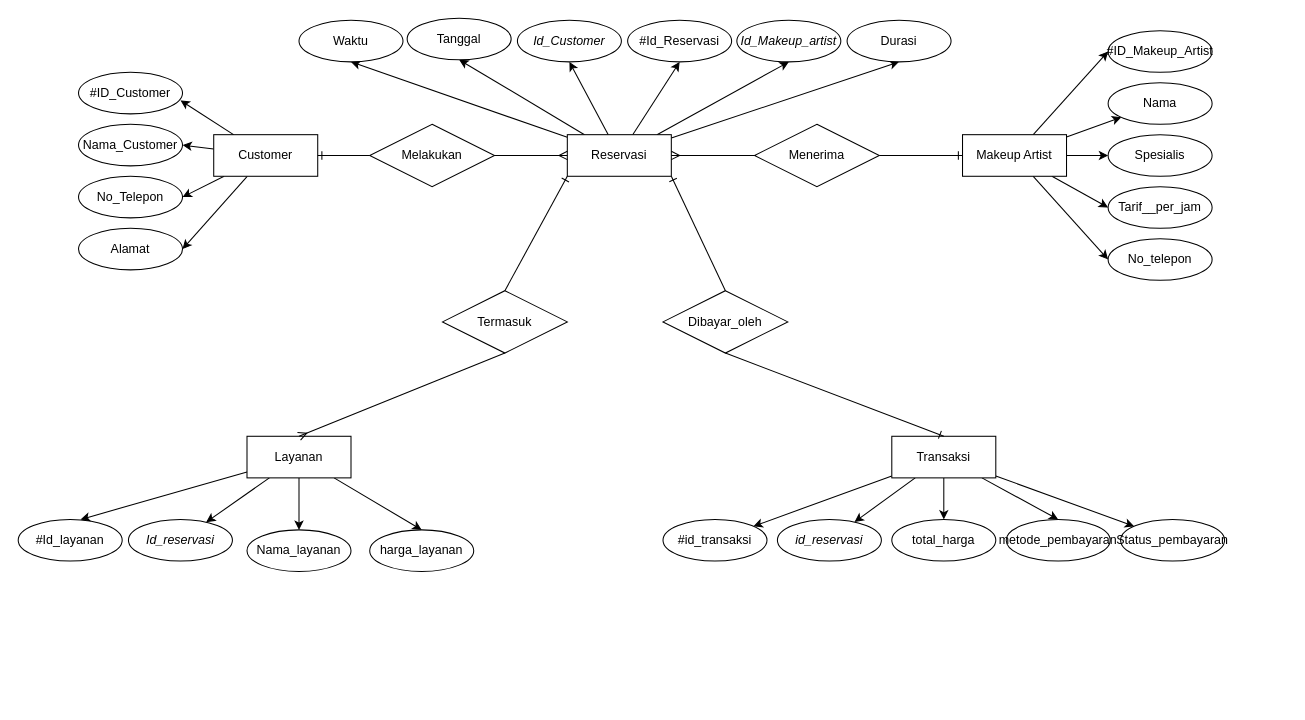
The draw.io diagram MinPro 1.drawio in k149191/Konsep-Basis-Data, before the edit. Source tidied: cells renumbered, new cells numbered last; positions are measured from the earlier drawing's top-left corner, leaving out a move shared by most shapes. Both pictures are drawn from the tidied source at 104%, with x=0, y=0 at pixel (18, 18).
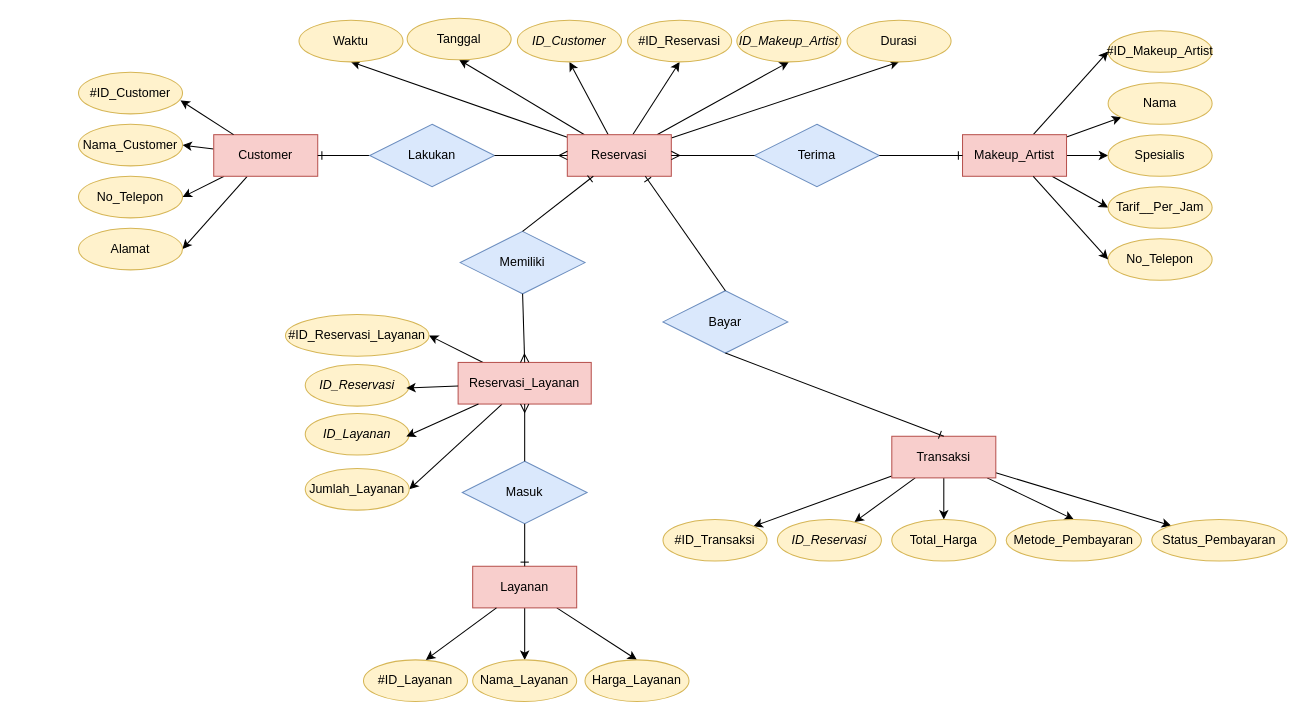
After the change.

Diff of the diagram source:
```diff
@@
-    <mxCell id="8" value="Reservasi" style="whiteSpace=wrap;html=1;align=center;" parent="1" vertex="1">
+    <mxCell id="8" value="Reservasi" style="whiteSpace=wrap;html=1;align=center;fillColor=#f8cecc;strokeColor=#b85450;" parent="1" vertex="1">
       <mxGeometry x="528" y="112" width="100" height="40" as="geometry" />
     </mxCell>
@@
-    <mxCell id="14" value="Transaksi" style="whiteSpace=wrap;html=1;align=center;" parent="1" vertex="1">
+    <mxCell id="14" value="Transaksi" style="whiteSpace=wrap;html=1;align=center;fillColor=#f8cecc;strokeColor=#b85450;" parent="1" vertex="1">
       <mxGeometry x="840" y="402" width="100" height="40" as="geometry" />
     </mxCell>
@@
-    <mxCell id="19" value="Makeup Artist" style="whiteSpace=wrap;html=1;align=center;" parent="1" vertex="1">
+    <mxCell id="19" value="Makeup_Artist" style="whiteSpace=wrap;html=1;align=center;fillColor=#f8cecc;strokeColor=#b85450;" parent="1" vertex="1">
       <mxGeometry x="908" y="112" width="100" height="40" as="geometry" />
     </mxCell>
-    <mxCell id="20" style="rounded=0;jettySize=auto;html=1;" parent="1" edge="1" source="23" target="45">
-      <mxGeometry relative="1" as="geometry" />
-    </mxCell>
@@
-    <mxCell id="23" value="Layanan" style="whiteSpace=wrap;html=1;align=center;" parent="1" vertex="1">
-      <mxGeometry x="220" y="402" width="100" height="40" as="geometry" />
+    <mxCell id="23" value="Layanan" style="whiteSpace=wrap;html=1;align=center;fillColor=#f8cecc;strokeColor=#b85450;" parent="1" vertex="1">
+      <mxGeometry x="437" y="527" width="100" height="40" as="geometry" />
     </mxCell>
@@
-    <mxCell id="27" value="Customer" style="whiteSpace=wrap;html=1;align=center;" parent="1" vertex="1">
+    <mxCell id="27" value="Customer" style="whiteSpace=wrap;html=1;align=center;fillColor=#f8cecc;strokeColor=#b85450;" parent="1" vertex="1">
       <mxGeometry x="188" y="112" width="100" height="40" as="geometry" />
     </mxCell>
-    <mxCell id="28" value="Alamat" style="ellipse;whiteSpace=wrap;html=1;align=center;" parent="1" vertex="1">
+    <mxCell id="28" value="Alamat" style="ellipse;whiteSpace=wrap;html=1;align=center;fillColor=#fff2cc;strokeColor=#d6b656;" parent="1" vertex="1">
       <mxGeometry x="58" y="202" width="100" height="40" as="geometry" />
     </mxCell>
-    <mxCell id="29" value="No_Telepon" style="ellipse;whiteSpace=wrap;html=1;align=center;" parent="1" vertex="1">
+    <mxCell id="29" value="No_Telepon" style="ellipse;whiteSpace=wrap;html=1;align=center;fillColor=#fff2cc;strokeColor=#d6b656;" parent="1" vertex="1">
       <mxGeometry x="58" y="152" width="100" height="40" as="geometry" />
     </mxCell>
-    <mxCell id="30" value="Nama_Customer" style="ellipse;whiteSpace=wrap;html=1;align=center;" parent="1" vertex="1">
+    <mxCell id="30" value="Nama_Customer" style="ellipse;whiteSpace=wrap;html=1;align=center;fillColor=#fff2cc;strokeColor=#d6b656;" parent="1" vertex="1">
       <mxGeometry x="58" y="102" width="100" height="40" as="geometry" />
     </mxCell>
-    <mxCell id="31" value="#ID_Customer" style="ellipse;whiteSpace=wrap;html=1;align=center;" parent="1" vertex="1">
+    <mxCell id="31" value="#ID_Customer" style="ellipse;whiteSpace=wrap;html=1;align=center;fillColor=#fff2cc;strokeColor=#d6b656;" parent="1" vertex="1">
       <mxGeometry x="58" y="52" width="100" height="40" as="geometry" />
     </mxCell>
@@
-    <mxCell id="33" value="No_telepon" style="ellipse;whiteSpace=wrap;html=1;align=center;" parent="1" vertex="1">
+    <mxCell id="33" value="No_Telepon" style="ellipse;whiteSpace=wrap;html=1;align=center;fillColor=#fff2cc;strokeColor=#d6b656;" parent="1" vertex="1">
       <mxGeometry x="1048" y="212" width="100" height="40" as="geometry" />
     </mxCell>
-    <mxCell id="34" value="Tarif__per_jam" style="ellipse;whiteSpace=wrap;html=1;align=center;" parent="1" vertex="1">
+    <mxCell id="34" value="Tarif__Per_Jam" style="ellipse;whiteSpace=wrap;html=1;align=center;fillColor=#fff2cc;strokeColor=#d6b656;" parent="1" vertex="1">
       <mxGeometry x="1048" y="162" width="100" height="40" as="geometry" />
     </mxCell>
-    <mxCell id="35" value="Spesialis" style="ellipse;whiteSpace=wrap;html=1;align=center;" parent="1" vertex="1">
+    <mxCell id="35" value="Spesialis" style="ellipse;whiteSpace=wrap;html=1;align=center;fillColor=#fff2cc;strokeColor=#d6b656;" parent="1" vertex="1">
       <mxGeometry x="1048" y="112" width="100" height="40" as="geometry" />
     </mxCell>
-    <mxCell id="36" value="Nama" style="ellipse;whiteSpace=wrap;html=1;align=center;" parent="1" vertex="1">
+    <mxCell id="36" value="Nama" style="ellipse;whiteSpace=wrap;html=1;align=center;fillColor=#fff2cc;strokeColor=#d6b656;" parent="1" vertex="1">
       <mxGeometry x="1048" y="62" width="100" height="40" as="geometry" />
     </mxCell>
-    <mxCell id="37" value="#ID_Makeup_Artist" style="ellipse;whiteSpace=wrap;html=1;align=center;" parent="1" vertex="1">
+    <mxCell id="37" value="#ID_Makeup_Artist" style="ellipse;whiteSpace=wrap;html=1;align=center;fillColor=#fff2cc;strokeColor=#d6b656;" parent="1" vertex="1">
       <mxGeometry x="1048" y="12" width="100" height="40" as="geometry" />
     </mxCell>
@@
-    <mxCell id="39" value="Waktu" style="ellipse;whiteSpace=wrap;html=1;align=center;" parent="1" vertex="1">
+    <mxCell id="39" value="Waktu" style="ellipse;whiteSpace=wrap;html=1;align=center;fillColor=#fff2cc;strokeColor=#d6b656;" parent="1" vertex="1">
       <mxGeometry x="270" y="2" width="100" height="40" as="geometry" />
     </mxCell>
-    <mxCell id="40" value="Durasi" style="ellipse;whiteSpace=wrap;html=1;align=center;" parent="1" vertex="1">
+    <mxCell id="40" value="Durasi" style="ellipse;whiteSpace=wrap;html=1;align=center;fillColor=#fff2cc;strokeColor=#d6b656;" parent="1" vertex="1">
       <mxGeometry x="797" y="2" width="100" height="40" as="geometry" />
     </mxCell>
-    <mxCell id="41" value="Tanggal" style="ellipse;whiteSpace=wrap;html=1;align=center;" parent="1" vertex="1">
+    <mxCell id="41" value="Tanggal" style="ellipse;whiteSpace=wrap;html=1;align=center;fillColor=#fff2cc;strokeColor=#d6b656;" parent="1" vertex="1">
       <mxGeometry x="374" width="100" height="40" as="geometry" />
     </mxCell>
-    <mxCell id="42" value="&lt;i&gt;Id_Makeup_artist&lt;/i&gt;" style="ellipse;whiteSpace=wrap;html=1;align=center;" parent="1" vertex="1">
+    <mxCell id="42" value="&lt;i&gt;ID_Makeup_Artist&lt;/i&gt;" style="ellipse;whiteSpace=wrap;html=1;align=center;fillColor=#fff2cc;strokeColor=#d6b656;" parent="1" vertex="1">
       <mxGeometry x="691" y="2" width="100" height="40" as="geometry" />
     </mxCell>
-    <mxCell id="43" value="#Id_Reservasi" style="ellipse;whiteSpace=wrap;html=1;align=center;" parent="1" vertex="1">
+    <mxCell id="43" value="#ID_Reservasi" style="ellipse;whiteSpace=wrap;html=1;align=center;fillColor=#fff2cc;strokeColor=#d6b656;" parent="1" vertex="1">
       <mxGeometry x="586" y="2" width="100" height="40" as="geometry" />
     </mxCell>
-    <mxCell id="44" value="&lt;i&gt;Id_Customer&lt;/i&gt;" style="ellipse;whiteSpace=wrap;html=1;align=center;" parent="1" vertex="1">
+    <mxCell id="44" value="&lt;i&gt;ID_Customer&lt;/i&gt;" style="ellipse;whiteSpace=wrap;html=1;align=center;fillColor=#fff2cc;strokeColor=#d6b656;" parent="1" vertex="1">
       <mxGeometry x="480" y="2" width="100" height="40" as="geometry" />
     </mxCell>
-    <mxCell id="45" value="&lt;i&gt;Id_reservasi&lt;/i&gt;" style="ellipse;whiteSpace=wrap;html=1;align=center;" parent="1" vertex="1">
-      <mxGeometry x="106" y="482" width="100" height="40" as="geometry" />
-    </mxCell>
-    <mxCell id="46" value="#Id_layanan" style="ellipse;whiteSpace=wrap;html=1;align=center;" parent="1" vertex="1">
-      <mxGeometry y="482" width="100" height="40" as="geometry" />
+    <mxCell id="46" value="#ID_Layanan" style="ellipse;whiteSpace=wrap;html=1;align=center;fillColor=#fff2cc;strokeColor=#d6b656;" parent="1" vertex="1">
+      <mxGeometry x="332" y="617" width="100" height="40" as="geometry" />
     </mxCell>
@@
-    <mxCell id="48" value="#id_transaksi" style="ellipse;whiteSpace=wrap;html=1;align=center;" parent="1" vertex="1">
+    <mxCell id="48" value="#ID_Transaksi" style="ellipse;whiteSpace=wrap;html=1;align=center;fillColor=#fff2cc;strokeColor=#d6b656;" parent="1" vertex="1">
       <mxGeometry x="620" y="482" width="100" height="40" as="geometry" />
     </mxCell>
-    <mxCell id="49" value="&lt;i&gt;id_reservasi&lt;/i&gt;" style="ellipse;whiteSpace=wrap;html=1;align=center;" parent="1" vertex="1">
+    <mxCell id="49" value="&lt;i&gt;ID_Reservasi&lt;/i&gt;" style="ellipse;whiteSpace=wrap;html=1;align=center;fillColor=#fff2cc;strokeColor=#d6b656;" parent="1" vertex="1">
       <mxGeometry x="730" y="482" width="100" height="40" as="geometry" />
     </mxCell>
-    <mxCell id="50" value="total_harga" style="ellipse;whiteSpace=wrap;html=1;align=center;" parent="1" vertex="1">
+    <mxCell id="50" value="Total_Harga" style="ellipse;whiteSpace=wrap;html=1;align=center;fillColor=#fff2cc;strokeColor=#d6b656;" parent="1" vertex="1">
       <mxGeometry x="840" y="482" width="100" height="40" as="geometry" />
     </mxCell>
-    <mxCell id="51" value="metode_pembayaran" style="ellipse;whiteSpace=wrap;html=1;align=center;" parent="1" vertex="1">
-      <mxGeometry x="950" y="482" width="100" height="40" as="geometry" />
+    <mxCell id="51" value="Metode_Pembayaran" style="ellipse;whiteSpace=wrap;html=1;align=center;fillColor=#fff2cc;strokeColor=#d6b656;" parent="1" vertex="1">
+      <mxGeometry x="950" y="482" width="130" height="40" as="geometry" />
     </mxCell>
-    <mxCell id="52" value="Status_pembayaran" style="ellipse;whiteSpace=wrap;html=1;align=center;" parent="1" vertex="1">
-      <mxGeometry x="1060" y="482" width="100" height="40" as="geometry" />
+    <mxCell id="52" value="Status_Pembayaran" style="ellipse;whiteSpace=wrap;html=1;align=center;fillColor=#fff2cc;strokeColor=#d6b656;" parent="1" vertex="1">
+      <mxGeometry x="1090" y="482" width="130" height="40" as="geometry" />
     </mxCell>
-    <mxCell id="53" value="Termasuk" style="shape=rhombus;perimeter=rhombusPerimeter;whiteSpace=wrap;html=1;align=center;" parent="1" vertex="1">
-      <mxGeometry x="408" y="262" width="120" height="60" as="geometry" />
-    </mxCell>
-    <mxCell id="54" value="Menerima" style="shape=rhombus;perimeter=rhombusPerimeter;whiteSpace=wrap;html=1;align=center;" parent="1" vertex="1">
+    <mxCell id="54" value="Terima" style="shape=rhombus;perimeter=rhombusPerimeter;whiteSpace=wrap;html=1;align=center;fillColor=#dae8fc;strokeColor=#6c8ebf;" parent="1" vertex="1">
       <mxGeometry x="708" y="102" width="120" height="60" as="geometry" />
     </mxCell>
-    <mxCell id="55" value="Dibayar_oleh" style="shape=rhombus;perimeter=rhombusPerimeter;whiteSpace=wrap;html=1;align=center;" parent="1" vertex="1">
+    <mxCell id="55" value="Bayar" style="shape=rhombus;perimeter=rhombusPerimeter;whiteSpace=wrap;html=1;align=center;fillColor=#dae8fc;strokeColor=#6c8ebf;" parent="1" vertex="1">
       <mxGeometry x="620" y="262" width="120" height="60" as="geometry" />
     </mxCell>
@@
-    <mxCell id="57" value="Melakukan" style="shape=rhombus;perimeter=rhombusPerimeter;whiteSpace=wrap;html=1;align=center;" parent="1" vertex="1">
+    <mxCell id="57" value="Lakukan" style="shape=rhombus;perimeter=rhombusPerimeter;whiteSpace=wrap;html=1;align=center;fillColor=#dae8fc;strokeColor=#6c8ebf;" parent="1" vertex="1">
       <mxGeometry x="338" y="102" width="120" height="60" as="geometry" />
     </mxCell>
@@
-    <mxCell id="61" style="fontSize=12;html=1;endArrow=ERmany;rounded=0;exitX=0.5;exitY=1;exitDx=0;exitDy=0;entryX=0.5;entryY=0;entryDx=0;entryDy=0;" parent="1" edge="1" source="53" target="23">
-      <mxGeometry relative="1" as="geometry" />
-    </mxCell>
-    <mxCell id="62" style="fontSize=12;html=1;endArrow=ERone;endFill=1;rounded=0;exitX=0.5;exitY=0;exitDx=0;exitDy=0;entryX=1;entryY=1;entryDx=0;entryDy=0;" parent="1" edge="1" source="55" target="8">
+    <mxCell id="62" style="fontSize=12;html=1;endArrow=ERone;endFill=1;rounded=0;exitX=0.5;exitY=0;exitDx=0;exitDy=0;entryX=0.75;entryY=1;entryDx=0;entryDy=0;" parent="1" edge="1" source="55" target="8">
       <mxGeometry relative="1" as="geometry" />
     </mxCell>
@@
-    <mxCell id="64" value="Nama_layanan" style="ellipse;whiteSpace=wrap;html=1;align=center;" parent="1" vertex="1">
-      <mxGeometry x="220" y="492" width="100" height="40" as="geometry" />
+    <mxCell id="64" value="Nama_Layanan" style="ellipse;whiteSpace=wrap;html=1;align=center;fillColor=#fff2cc;strokeColor=#d6b656;" parent="1" vertex="1">
+      <mxGeometry x="437" y="617" width="100" height="40" as="geometry" />
     </mxCell>
-    <mxCell id="65" value="harga_layanan" style="ellipse;whiteSpace=wrap;html=1;align=center;" parent="1" vertex="1">
-      <mxGeometry x="338" y="492" width="100" height="40" as="geometry" />
+    <mxCell id="65" value="Harga_Layanan" style="ellipse;whiteSpace=wrap;html=1;align=center;fillColor=#fff2cc;strokeColor=#d6b656;" parent="1" vertex="1">
+      <mxGeometry x="545" y="617" width="100" height="40" as="geometry" />
     </mxCell>
-    <mxCell id="66" style="fontSize=12;html=1;endArrow=ERone;endFill=1;rounded=0;exitX=0.5;exitY=0;exitDx=0;exitDy=0;entryX=0;entryY=1;entryDx=0;entryDy=0;" parent="1" edge="1" source="53" target="8">
-      <mxGeometry relative="1" as="geometry" />
-    </mxCell>
+    <mxCell id="67" style="rounded=0;jettySize=auto;html=1;entryX=1;entryY=0.5;entryDx=0;entryDy=0;" parent="1" edge="1" source="69" target="70">
+      <mxGeometry relative="1" as="geometry" />
+    </mxCell>
+    <mxCell id="68" style="rounded=0;jettySize=auto;html=1;entryX=1;entryY=0.5;entryDx=0;entryDy=0;" parent="1" edge="1" source="69" target="73">
+      <mxGeometry relative="1" as="geometry" />
+    </mxCell>
+    <mxCell id="69" value="Reservasi_Layanan" style="whiteSpace=wrap;html=1;align=center;fillColor=#f8cecc;strokeColor=#b85450;" parent="1" vertex="1">
+      <mxGeometry x="423" y="331" width="128" height="40" as="geometry" />
+    </mxCell>
+    <mxCell id="70" value="#ID_Reservasi_Layanan" style="ellipse;whiteSpace=wrap;html=1;align=center;fillColor=#fff2cc;strokeColor=#d6b656;" parent="1" vertex="1">
+      <mxGeometry x="257" y="285" width="138" height="40" as="geometry" />
+    </mxCell>
+    <mxCell id="71" value="&lt;i&gt;ID_Reservasi&lt;/i&gt;" style="ellipse;whiteSpace=wrap;html=1;align=center;fillColor=#fff2cc;strokeColor=#d6b656;" parent="1" vertex="1">
+      <mxGeometry x="276" y="333" width="100" height="40" as="geometry" />
+    </mxCell>
+    <mxCell id="72" value="&lt;i&gt;ID_Layanan&lt;/i&gt;" style="ellipse;whiteSpace=wrap;html=1;align=center;fillColor=#fff2cc;strokeColor=#d6b656;" parent="1" vertex="1">
+      <mxGeometry x="276" y="380" width="100" height="40" as="geometry" />
+    </mxCell>
+    <mxCell id="73" value="Jumlah_Layanan" style="ellipse;whiteSpace=wrap;html=1;align=center;fillColor=#fff2cc;strokeColor=#d6b656;" parent="1" vertex="1">
+      <mxGeometry x="276" y="433" width="100" height="40" as="geometry" />
+    </mxCell>
+    <mxCell id="74" value="Masuk" style="shape=rhombus;perimeter=rhombusPerimeter;whiteSpace=wrap;html=1;align=center;fillColor=#dae8fc;strokeColor=#6c8ebf;" parent="1" vertex="1">
+      <mxGeometry x="427" y="426" width="120" height="60" as="geometry" />
+    </mxCell>
+    <mxCell id="75" value="Memiliki" style="shape=rhombus;perimeter=rhombusPerimeter;whiteSpace=wrap;html=1;align=center;fillColor=#dae8fc;strokeColor=#6c8ebf;" parent="1" vertex="1">
+      <mxGeometry x="425" y="205" width="120" height="60" as="geometry" />
+    </mxCell>
+    <mxCell id="76" style="rounded=0;jettySize=auto;html=1;entryX=0.972;entryY=0.565;entryDx=0;entryDy=0;entryPerimeter=0;" parent="1" edge="1" source="69" target="71">
+      <mxGeometry relative="1" as="geometry" />
+    </mxCell>
+    <mxCell id="77" style="rounded=0;jettySize=auto;html=1;entryX=0.972;entryY=0.555;entryDx=0;entryDy=0;entryPerimeter=0;" parent="1" edge="1" source="69" target="72">
+      <mxGeometry relative="1" as="geometry" />
+    </mxCell>
+    <mxCell id="78" style="fontSize=12;html=1;endArrow=ERmany;rounded=0;exitX=0.5;exitY=1;exitDx=0;exitDy=0;entryX=0.5;entryY=0;entryDx=0;entryDy=0;" parent="1" edge="1" source="75" target="69">
+      <mxGeometry relative="1" as="geometry" />
+    </mxCell>
+    <mxCell id="79" style="fontSize=12;html=1;endArrow=ERone;endFill=1;rounded=0;entryX=0.25;entryY=1;entryDx=0;entryDy=0;exitX=0.5;exitY=0;exitDx=0;exitDy=0;" parent="1" edge="1" source="75" target="8">
+      <mxGeometry relative="1" as="geometry" />
+    </mxCell>
+    <mxCell id="80" style="fontSize=12;html=1;endArrow=ERone;endFill=1;rounded=0;exitX=0.5;exitY=1;exitDx=0;exitDy=0;entryX=0.5;entryY=0;entryDx=0;entryDy=0;" parent="1" edge="1" source="74" target="23">
+      <mxGeometry relative="1" as="geometry" />
+    </mxCell>
+    <mxCell id="81" style="fontSize=12;html=1;endArrow=ERmany;rounded=0;exitX=0.5;exitY=0;exitDx=0;exitDy=0;entryX=0.5;entryY=1;entryDx=0;entryDy=0;" parent="1" edge="1" source="74" target="69">
+      <mxGeometry relative="1" as="geometry" />
+    </mxCell>
```
